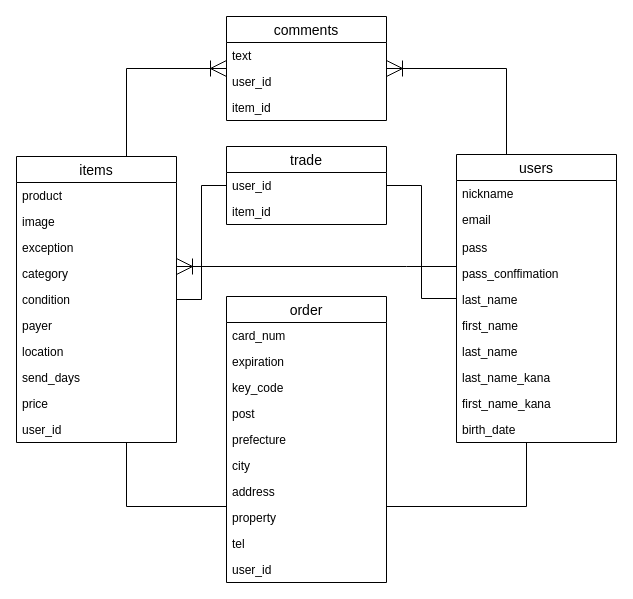
Above: ER.dio in keiji-take/furima_31666 (draw.io), before the change. Source tidied: cells renumbered, new cells numbered last; positions are measured from the earlier drawing's top-left corner, leaving out a move shared by most shapes. Both pictures are drawn from the tidied source at 100%, with x=0, y=0 at pixel (16, 16).
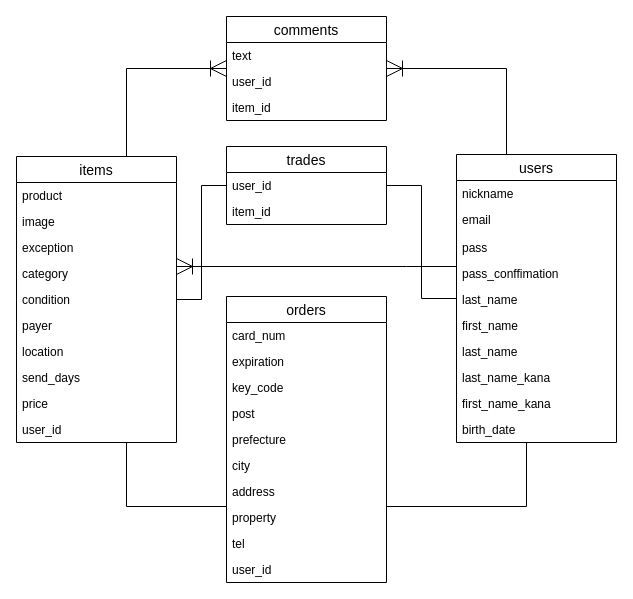
The same page after the edit.

The edit, as a diff of the source:
```diff
@@
-    <mxCell id="35" value="order" style="swimlane;fontStyle=0;horizontal=1;startSize=26;align=center;fontSize=14;" parent="1" vertex="1">
+    <mxCell id="35" value="orders" style="swimlane;fontStyle=0;horizontal=1;startSize=26;align=center;fontSize=14;" parent="1" vertex="1">
       <mxGeometry x="210" y="280" width="160" height="286" as="geometry" />
     </mxCell>
@@
-    <mxCell id="46" value="trade" style="swimlane;fontStyle=0;horizontal=1;startSize=26;align=center;fontSize=14;" parent="1" vertex="1">
+    <mxCell id="46" value="trades" style="swimlane;fontStyle=0;horizontal=1;startSize=26;align=center;fontSize=14;" parent="1" vertex="1">
       <mxGeometry x="210" y="130" width="160" height="78" as="geometry" />
     </mxCell>
```
